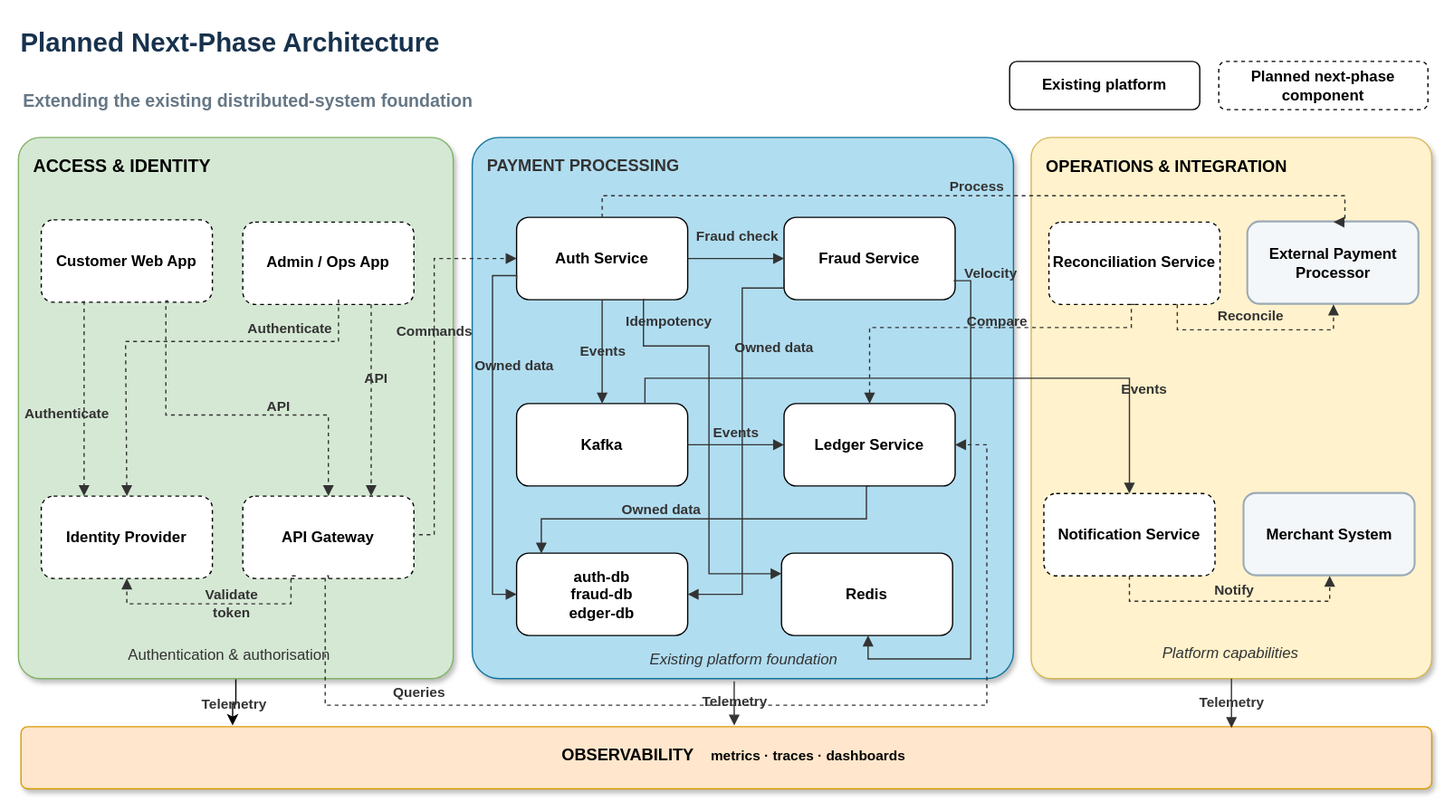
The draw.io diagram docs/architecture/diagrams/next_phase_architecture.svg in ShirongQuan/payment-platform, before a commit. Source tidied: cells renumbered, new cells last; positions are measured from the earlier drawing's top-left corner, leaving out a move shared by most shapes.
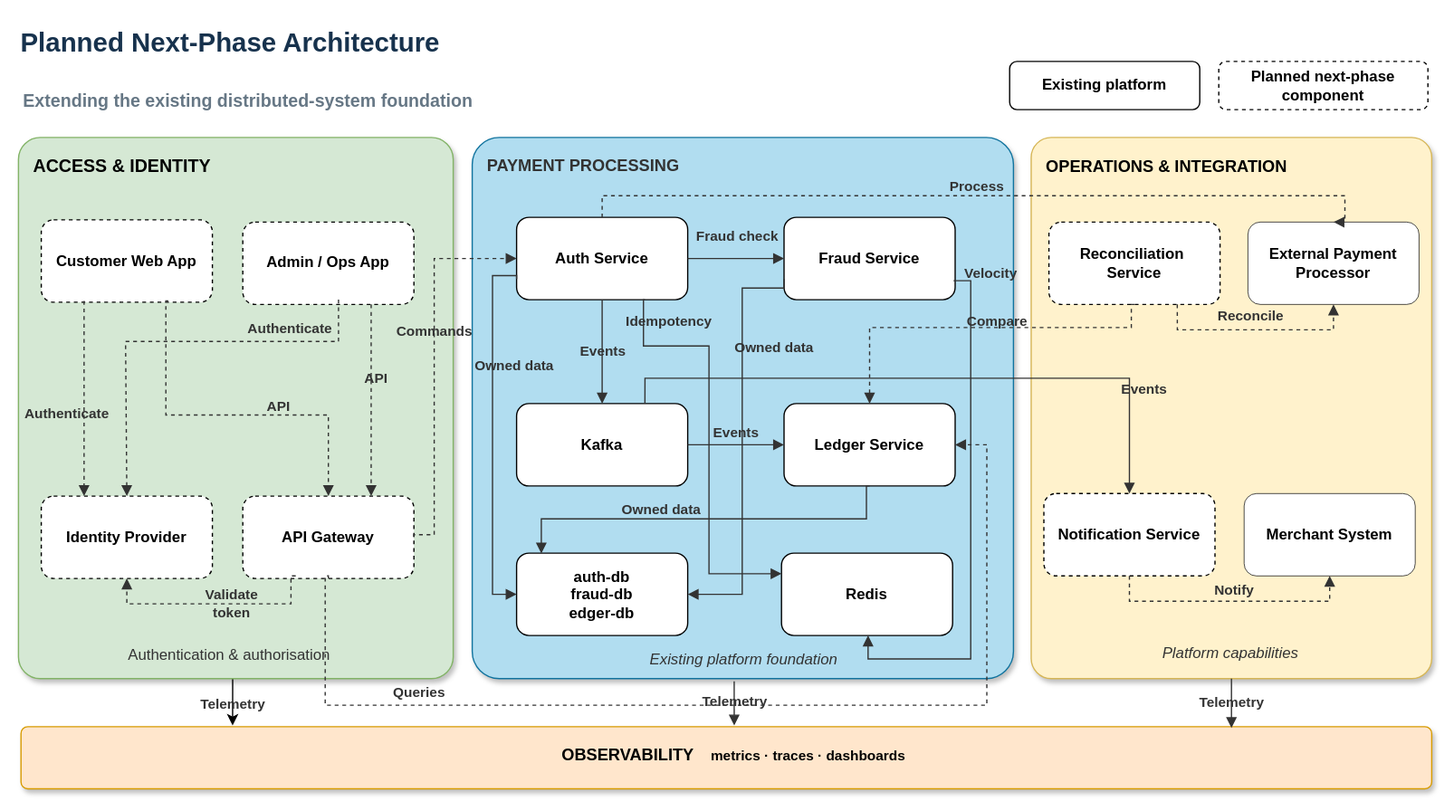
After the commit.

Diff of the diagram source:
```diff
@@ -9,7 +9,12 @@
       <mxGeometry x="358" y="98" width="427" height="427" as="geometry" />
     </mxCell>
     <mxCell id="4" value="&lt;span style=&quot;color: rgb(51, 51, 51); font-weight: 700;&quot;&gt;Telemetry&lt;/span&gt;" style="edgeStyle=orthogonalEdgeStyle;rounded=0;jettySize=auto;html=1;entryX=0.15;entryY=-0.02;entryDx=0;entryDy=0;entryPerimeter=0;labelBackgroundColor=none;" parent="1" edge="1" source="5" target="44">
-      <mxGeometry x="0.09" relative="1" as="geometry" />
+      <mxGeometry x="0.08" relative="1" as="geometry">
+        <Array as="points">
+          <mxPoint x="168.9" y="531" />
+          <mxPoint x="168.9" y="531" />
+        </Array>
+      </mxGeometry>
     </mxCell>
     <mxCell id="5" value="ACCESS &amp;amp; IDENTITY" style="rounded=1;arcSize=5;strokeWidth=1;html=1;fontFamily=Helvetica;fontSize=14;fontStyle=1;verticalAlign=top;align=left;spacingTop=8;spacingLeft=10;shadow=1;glass=0;labelBackgroundColor=none;fillColor=#d5e8d4;strokeColor=#82b366;" parent="1" vertex="1">
       <mxGeometry y="98" width="343" height="427" as="geometry" />
@@ -32,7 +37,7 @@
     <mxCell id="11" value="API Gateway" style="rounded=1;whiteSpace=wrap;html=1;fillColor=default;strokeColor=default;strokeWidth=1;fontFamily=Helvetica;fontSize=12;fontStyle=1;fontColor=default;dashed=1;align=center;verticalAlign=middle;roundedPerimeter=1;" parent="1" vertex="1">
       <mxGeometry x="177" y="381" width="135" height="65" as="geometry" />
     </mxCell>
-    <mxCell id="12" value="Auth Service" style="rounded=1;whiteSpace=wrap;html=1;fillColor=default;strokeColor=default;strokeWidth=1;fontFamily=Helvetica;fontSize=12;fontStyle=1;fontColor=default;align=center;verticalAlign=middle;roundedPerimeter=1;" parent="1" vertex="1">
+    <mxCell id="12" value="Auth Service" style="rounded=1;whiteSpace=wrap;html=1;strokeWidth=1;fontFamily=Helvetica;fontSize=12;fontStyle=1;align=center;verticalAlign=middle;roundedPerimeter=1;" parent="1" vertex="1">
       <mxGeometry x="393" y="161" width="135" height="65" as="geometry" />
     </mxCell>
     <mxCell id="13" value="Fraud Service" style="rounded=1;whiteSpace=wrap;html=1;fillColor=default;strokeColor=default;strokeWidth=1;fontFamily=Helvetica;fontSize=12;fontStyle=1;fontColor=default;align=center;verticalAlign=middle;roundedPerimeter=1;" parent="1" vertex="1">
@@ -53,16 +58,16 @@
     <mxCell id="18" value="Existing platform foundation" style="text;html=1;fontFamily=Helvetica;fontSize=12;fontStyle=2;fontColor=#333333;align=center;" parent="1" vertex="1">
       <mxGeometry x="421.5" y="495.5" width="300" height="25" as="geometry" />
     </mxCell>
-    <mxCell id="19" value="Notification Service" style="rounded=1;whiteSpace=wrap;html=1;fillColor=default;strokeColor=default;strokeWidth=1;fontFamily=Helvetica;fontSize=12;fontStyle=1;fontColor=default;dashed=1;align=center;verticalAlign=middle;roundedPerimeter=1;" parent="1" vertex="1">
+    <mxCell id="19" value="Notification Service" style="rounded=1;whiteSpace=wrap;html=1;strokeWidth=1;fontFamily=Helvetica;fontSize=12;fontStyle=1;dashed=1;align=center;verticalAlign=middle;roundedPerimeter=1;" parent="1" vertex="1">
       <mxGeometry x="809" y="379" width="135" height="65" as="geometry" />
     </mxCell>
-    <mxCell id="20" value="Merchant System" style="rounded=1;whiteSpace=wrap;html=1;fillColor=#F4F7F9;strokeColor=#9AAAB6;strokeWidth=1.5;fontFamily=Helvetica;fontSize=12;fontStyle=1;fontColor=default;align=center;verticalAlign=middle;roundedPerimeter=1;" parent="1" vertex="1">
+    <mxCell id="20" value="Merchant System" style="rounded=1;whiteSpace=wrap;html=1;strokeWidth=0.5;fontFamily=Helvetica;fontSize=12;fontStyle=1;align=center;verticalAlign=middle;roundedPerimeter=1;" parent="1" vertex="1">
       <mxGeometry x="967" y="379" width="135" height="65" as="geometry" />
     </mxCell>
-    <mxCell id="21" value="Reconciliation Service" style="rounded=1;whiteSpace=wrap;html=1;fillColor=default;strokeColor=default;strokeWidth=1;fontFamily=Helvetica;fontSize=12;fontStyle=1;fontColor=default;dashed=1;align=center;verticalAlign=middle;roundedPerimeter=1;" parent="1" vertex="1">
+    <mxCell id="21" value="Reconciliation&amp;nbsp;&lt;div&gt;Service&lt;/div&gt;" style="rounded=1;whiteSpace=wrap;html=1;strokeWidth=1;fontFamily=Helvetica;fontSize=12;fontStyle=1;dashed=1;align=center;verticalAlign=middle;roundedPerimeter=1;" parent="1" vertex="1">
       <mxGeometry x="813" y="164.8" width="135" height="65" as="geometry" />
     </mxCell>
-    <mxCell id="22" value="External Payment Processor" style="rounded=1;whiteSpace=wrap;html=1;fillColor=#F4F7F9;strokeColor=#9AAAB6;strokeWidth=1.5;fontFamily=Helvetica;fontSize=12;fontStyle=1;fontColor=default;roundedPerimeter=1;align=center;verticalAlign=middle;" parent="1" vertex="1">
+    <mxCell id="22" value="External Payment Processor" style="rounded=1;whiteSpace=wrap;html=1;strokeWidth=0.5;fontFamily=Helvetica;fontSize=12;fontStyle=1;roundedPerimeter=1;align=center;verticalAlign=middle;" parent="1" vertex="1">
       <mxGeometry x="970" y="164.8" width="135" height="65" as="geometry" />
     </mxCell>
     <mxCell id="23" value="API" style="edgeStyle=orthogonalEdgeStyle;rounded=0;jettySize=auto;html=1;strokeColor=#333333;strokeWidth=1;fontSize=11;fontColor=#333333;endArrow=block;endFill=1;exitX=0.75;exitY=1;exitDx=0;exitDy=0;dashed=1;align=center;verticalAlign=middle;fontFamily=Helvetica;labelBackgroundColor=none;fontStyle=1;entryX=0.5;entryY=0;entryDx=0;entryDy=0;" parent="1" edge="1" target="11">
```
